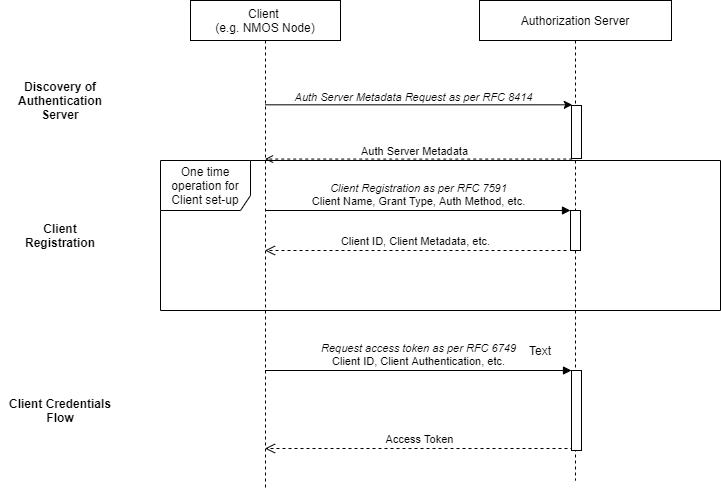
jonathan-r-thorpe/nmos-authorization-implementers-guide keeps this draw.io diagram as docs/images/client_credentials_flow.png. Above is the earlier version. Source tidied: cells renumbered, new cells last; positions are measured from the earlier drawing's top-left corner, leaving out a move shared by most shapes.
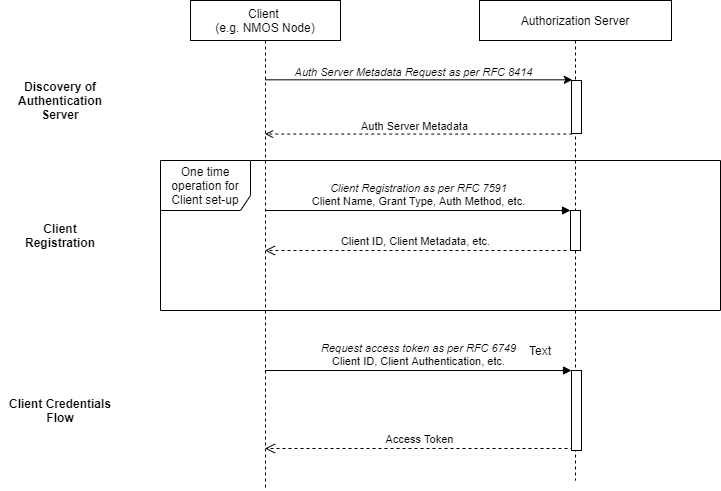
The same file after the commit.

The edit, as a diff of the source:
```diff
@@ -28,9 +28,10 @@
     <mxCell id="9" style="html=1;points=[];perimeter=orthogonalPerimeter;" parent="1" vertex="1">
       <mxGeometry x="571" y="370" width="10" height="80" as="geometry" />
     </mxCell>
-    <mxCell id="10" style="endArrow=classic;html=1;" parent="1" edge="1" source="18">
+    <mxCell id="10" style="endArrow=classic;html=1;" parent="1" edge="1">
       <mxGeometry relative="1" as="geometry">
-        <mxPoint x="571.8" y="104.3" as="targetPoint" />
+        <mxPoint x="264.5" y="79.3" as="sourcePoint" />
+        <mxPoint x="571.8" y="79.3" as="targetPoint" />
       </mxGeometry>
     </mxCell>
     <mxCell id="11" value="&lt;i&gt;Auth Server Metadata Request as per RFC 8414&lt;/i&gt;" style="edgeLabel;html=1;align=center;verticalAlign=bottom;" parent="10" vertex="1">
@@ -38,9 +39,10 @@
         <mxPoint x="-28.2" as="offset" />
       </mxGeometry>
     </mxCell>
-    <mxCell id="12" style="endArrow=open;html=1;dashed=1;endFill=0;" parent="1" edge="1" target="18">
+    <mxCell id="12" style="endArrow=open;html=1;dashed=1;endFill=0;" parent="1" edge="1">
       <mxGeometry relative="1" as="geometry">
-        <mxPoint x="571.8" y="158.6" as="sourcePoint" />
+        <mxPoint x="571.8" y="133.6" as="sourcePoint" />
+        <mxPoint x="264.5" y="133.6" as="targetPoint" />
       </mxGeometry>
     </mxCell>
     <mxCell id="13" value="Auth Server Metadata" style="edgeLabel;html=1;align=center;verticalAlign=bottom;" parent="12" vertex="1">
@@ -64,7 +66,7 @@
       <mxGeometry x="190" width="150" height="490" as="geometry" />
     </mxCell>
     <mxCell id="19" style="html=1;perimeter=orthogonalPerimeter;" parent="1" vertex="1">
-      <mxGeometry x="571" y="105" width="10" height="53" as="geometry" />
+      <mxGeometry x="571" y="80" width="10" height="53" as="geometry" />
     </mxCell>
   </root>
 </mxGraphModel>
```
